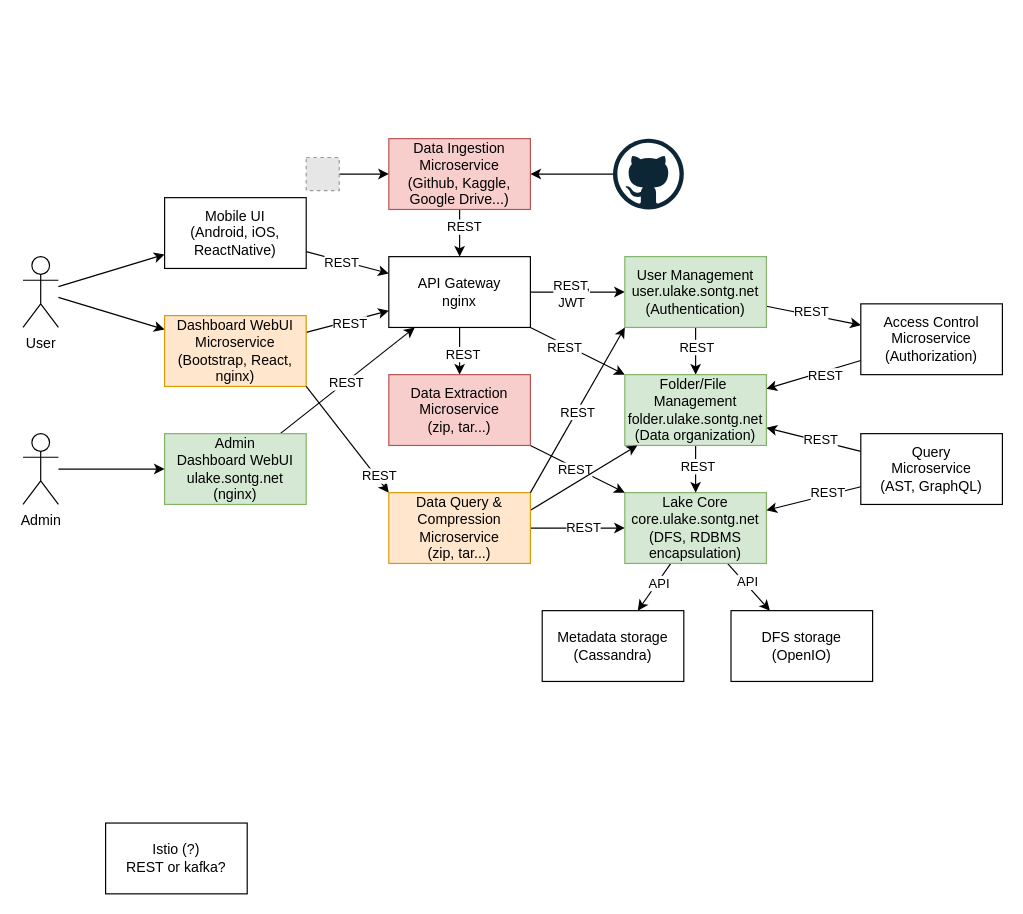
Earlier version of the draw.io diagram docs/arch.drawio (larycoder/ulake-internship). Source tidied: cells renumbered, new cells numbered last; positions are measured from the earlier drawing's top-left corner, leaving out a move shared by most shapes. Both pictures are drawn from the tidied source at 118%, with x=0, y=0 at pixel (22, 138). Pictures stored in the file or linked from it are replaced by grey dashed boxes.
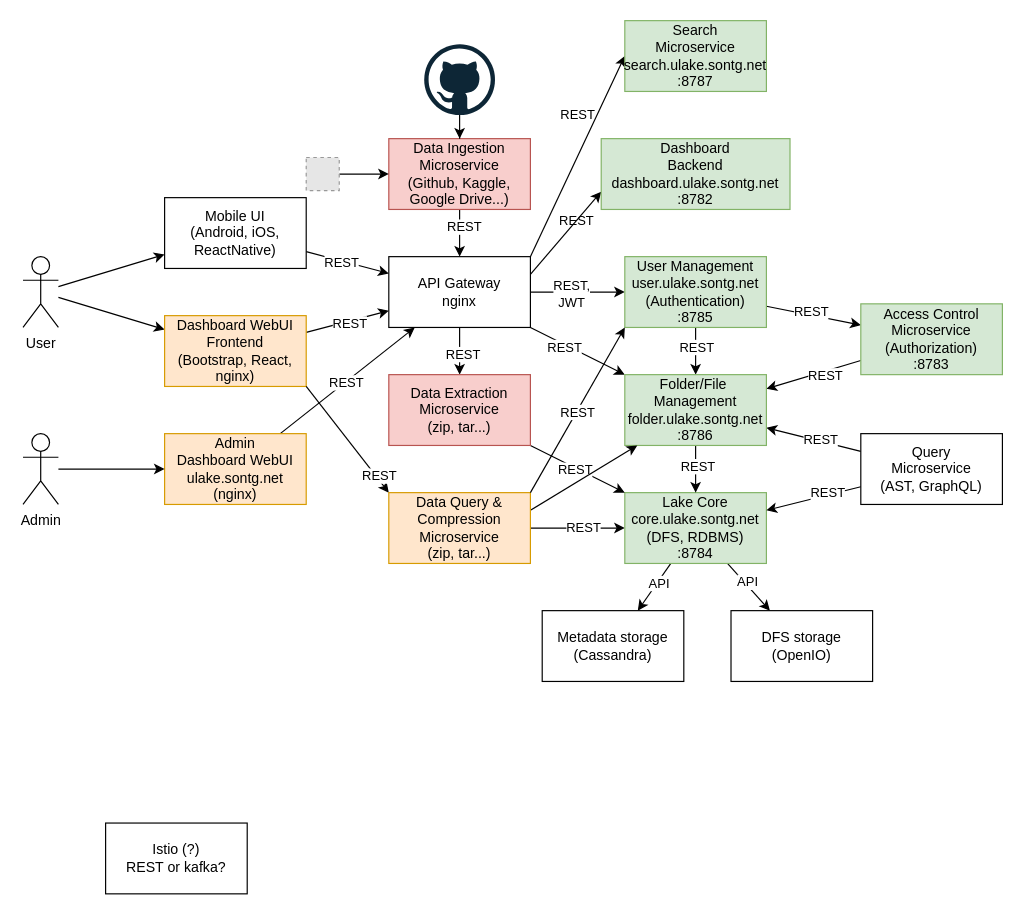
The same page after the edit.

Commit message (it also covers changes not shown here):
ulake: Update arch fi

Unchanged cells that the change refers to:
```xml
<mxCell id="6" style="rounded=0;jettySize=auto;html=1;" parent="1" edge="1" source="8" target="40">
  <mxGeometry relative="1" as="geometry" />
</mxCell>
<mxCell id="8" value="API Gateway&lt;br&gt;nginx" style="rounded=0;whiteSpace=wrap;html=1;" parent="1" vertex="1">
  <mxGeometry x="310" y="100" width="120" height="60" as="geometry" />
</mxCell>
```

What changed in the source:
```diff
@@
+    <mxCell id="65" value="REST" style="edgeLabel;html=1;align=center;verticalAlign=middle;" parent="6" vertex="1">
+      <mxGeometry x="-0.27" y="-2" relative="1" as="geometry">
+        <mxPoint x="10" y="-107" as="offset" />
+      </mxGeometry>
+    </mxCell>
+    <mxCell id="66" value="REST" style="edgeLabel;html=1;align=center;verticalAlign=middle;" parent="6" vertex="1">
+      <mxGeometry x="-0.27" y="-2" relative="1" as="geometry">
+        <mxPoint x="11" y="-197" as="offset" />
+      </mxGeometry>
+    </mxCell>
+    <mxCell id="67" style="rounded=0;jettySize=auto;html=1;exitX=1;exitY=0.25;exitDx=0;exitDy=0;entryX=0;entryY=0.75;entryDx=0;entryDy=0;" parent="1" edge="1" source="8" target="69">
+      <mxGeometry relative="1" as="geometry" />
+    </mxCell>
+    <mxCell id="68" style="edgeStyle=none;rounded=0;jettySize=auto;html=1;exitX=1;exitY=0;exitDx=0;exitDy=0;entryX=0;entryY=0.5;entryDx=0;entryDy=0;" parent="1" edge="1" source="8" target="70">
+      <mxGeometry relative="1" as="geometry" />
+    </mxCell>
@@
-    <mxCell id="16" value="User Management&lt;br&gt;user.ulake.sontg.net&lt;br&gt;(Authentication)" style="rounded=0;whiteSpace=wrap;html=1;fillColor=#d5e8d4;strokeColor=#82b366;" parent="1" vertex="1">
+    <mxCell id="16" value="User Management&lt;br&gt;user.ulake.sontg.net&lt;br&gt;(Authentication)&lt;br&gt;:8785" style="rounded=0;whiteSpace=wrap;html=1;fillColor=#d5e8d4;strokeColor=#82b366;" parent="1" vertex="1">
       <mxGeometry x="510" y="100" width="120" height="60" as="geometry" />
     </mxCell>
@@
-    <mxCell id="23" value="Lake Core&lt;br&gt;core.ulake.sontg.net&lt;br&gt;(DFS, RDBMS encapsulation)" style="rounded=0;whiteSpace=wrap;html=1;fillColor=#d5e8d4;strokeColor=#82b366;" parent="1" vertex="1">
+    <mxCell id="23" value="Lake Core&lt;br&gt;core.ulake.sontg.net&lt;br&gt;(DFS, RDBMS)&lt;br&gt;:8784" style="rounded=0;whiteSpace=wrap;html=1;fillColor=#d5e8d4;strokeColor=#82b366;" parent="1" vertex="1">
       <mxGeometry x="510" y="300" width="120" height="60" as="geometry" />
     </mxCell>
@@
-    <mxCell id="26" value="Dashboard&amp;nbsp;WebUI&lt;br&gt;Microservice&lt;br&gt;(Bootstrap, React, nginx)" style="rounded=0;whiteSpace=wrap;html=1;fillColor=#ffe6cc;strokeColor=#d79b00;" parent="1" vertex="1">
+    <mxCell id="26" value="Dashboard&amp;nbsp;WebUI&lt;br&gt;Frontend&lt;br&gt;(Bootstrap, React, nginx)" style="rounded=0;whiteSpace=wrap;html=1;fillColor=#ffe6cc;strokeColor=#d79b00;" parent="1" vertex="1">
       <mxGeometry x="120" y="150" width="120" height="60" as="geometry" />
     </mxCell>
@@
-    <mxCell id="32" value="Access Control&lt;br&gt;Microservice&lt;br&gt;(Authorization)" style="rounded=0;whiteSpace=wrap;html=1;" parent="1" vertex="1">
+    <mxCell id="32" value="Access Control&lt;br&gt;Microservice&lt;br&gt;(Authorization)&lt;br&gt;:8783" style="rounded=0;whiteSpace=wrap;html=1;fillColor=#d5e8d4;strokeColor=#82b366;" parent="1" vertex="1">
       <mxGeometry x="710" y="140" width="120" height="60" as="geometry" />
     </mxCell>
@@
-    <mxCell id="40" value="Folder/File&amp;nbsp; Management&lt;br&gt;folder.ulake.sontg.net&lt;br&gt;(Data organization)" style="rounded=0;whiteSpace=wrap;html=1;fillColor=#d5e8d4;strokeColor=#82b366;" parent="1" vertex="1">
+    <mxCell id="40" value="Folder/File&amp;nbsp; Management&lt;br&gt;folder.ulake.sontg.net&lt;br&gt;:8786" style="rounded=0;whiteSpace=wrap;html=1;fillColor=#d5e8d4;strokeColor=#82b366;" parent="1" vertex="1">
       <mxGeometry x="510" y="200" width="120" height="60" as="geometry" />
     </mxCell>
@@
-    <mxCell id="46" value="Admin Dashboard&amp;nbsp;WebUI&lt;br&gt;ulake.sontg.net&lt;br&gt;(nginx)" style="rounded=0;whiteSpace=wrap;html=1;fillColor=#d5e8d4;strokeColor=#82b366;" parent="1" vertex="1">
+    <mxCell id="46" value="Admin Dashboard&amp;nbsp;WebUI&lt;br&gt;ulake.sontg.net&lt;br&gt;(nginx)" style="rounded=0;whiteSpace=wrap;html=1;fillColor=#ffe6cc;strokeColor=#d79b00;" parent="1" vertex="1">
       <mxGeometry x="120" y="250" width="120" height="60" as="geometry" />
     </mxCell>
@@
     <mxCell id="62" style="dashed=0;outlineConnect=0;html=1;align=center;labelPosition=center;verticalLabelPosition=bottom;verticalAlign=top;shape=mxgraph.weblogos.github;" parent="1" vertex="1">
-      <mxGeometry x="500" width="60" height="60" as="geometry" />
+      <mxGeometry x="340" y="-80" width="60" height="60" as="geometry" />
     </mxCell>
@@
+    <mxCell id="69" value="Dashboard&lt;br&gt;Backend&lt;br&gt;dashboard.ulake.sontg.net&lt;br&gt;:8782" style="rounded=0;whiteSpace=wrap;html=1;fillColor=#d5e8d4;strokeColor=#82b366;" parent="1" vertex="1">
+      <mxGeometry x="490" width="160" height="60" as="geometry" />
+    </mxCell>
+    <mxCell id="70" value="Search&lt;br&gt;Microservice&lt;br&gt;search.ulake.sontg.net&lt;br&gt;:8787" style="rounded=0;whiteSpace=wrap;html=1;fillColor=#d5e8d4;strokeColor=#82b366;" parent="1" vertex="1">
+      <mxGeometry x="510" y="-100" width="120" height="60" as="geometry" />
+    </mxCell>
```
